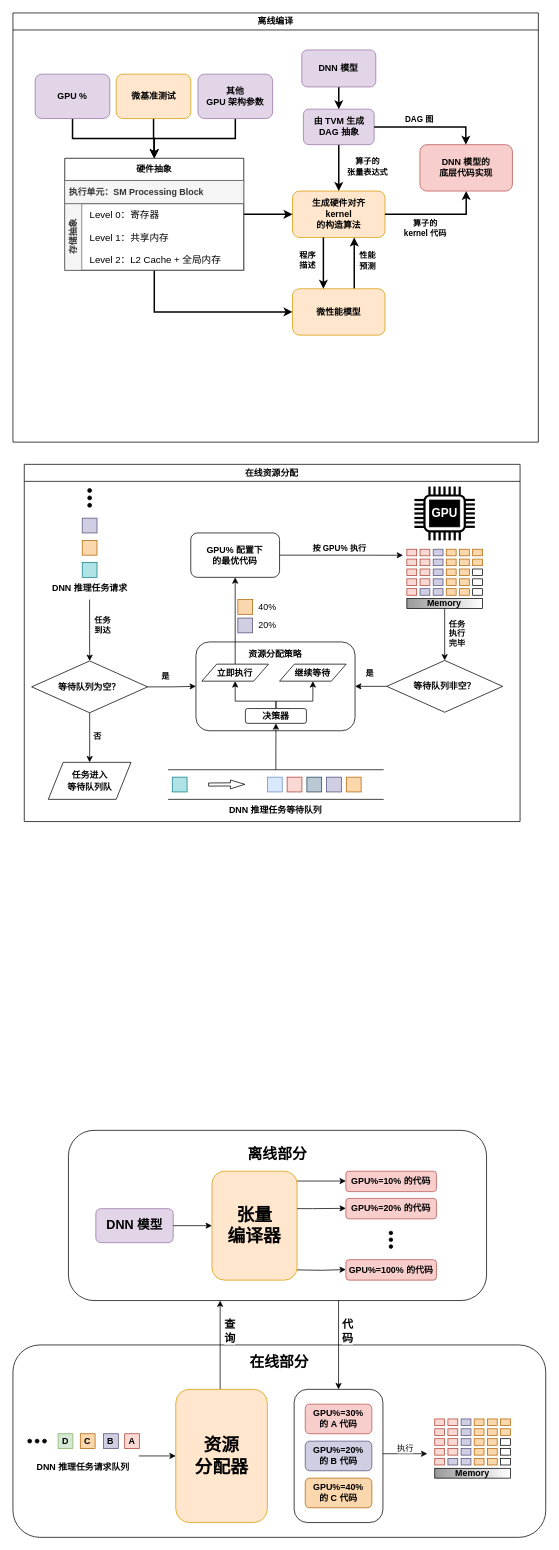
JiaminL/DrawIO keeps this draw.io diagram as Untitled Diagram.drawio. Above is the earlier version. Source tidied: cells renumbered, new cells numbered last; positions are measured from the earlier drawing's top-left corner, leaving out a move shared by most shapes. Both pictures are drawn from the tidied source at 74%, with x=0, y=0 at pixel (13, 13).
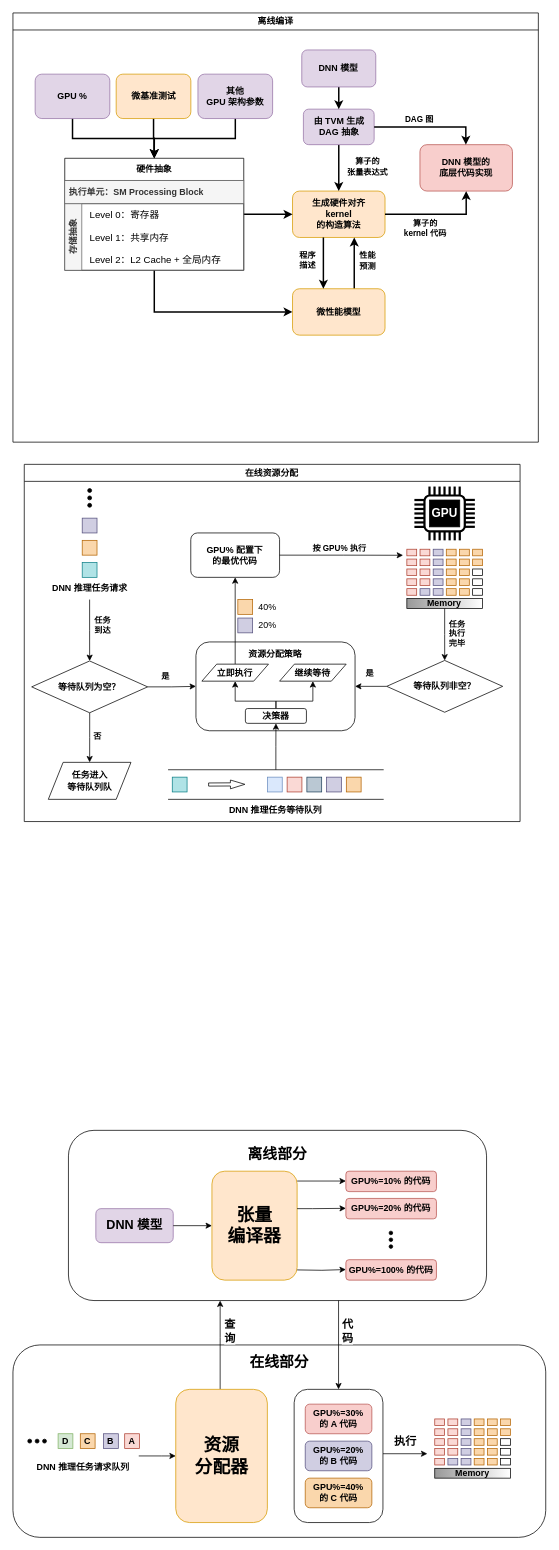
After the change.

The change refers to these unchanged cells:
```xml
<mxCell id="155" style="group;fontStyle=1;" parent="1" vertex="1">
  <mxGeometry x="380" y="1860" width="120" height="180" as="geometry" />
</mxCell>
```

Diff of the diagram source:
```diff
@@
-    <mxCell id="156" value="执行" style="edgeStyle=orthogonalEdgeStyle;rounded=0;orthogonalLoop=1;jettySize=auto;html=1;" parent="155" edge="1">
-      <mxGeometry y="7" relative="1" as="geometry">
+    <mxCell id="156" value="&lt;font style=&quot;font-size: 15px;&quot;&gt;执行&lt;/font&gt;" style="edgeStyle=orthogonalEdgeStyle;rounded=0;orthogonalLoop=1;jettySize=auto;html=1;fontStyle=1;" parent="155" edge="1">
+      <mxGeometry y="17" relative="1" as="geometry">
         <mxPoint x="120" y="87" as="sourcePoint" />
         <mxPoint x="180" y="87" as="targetPoint" />
       </mxGeometry>
     </mxCell>
```
